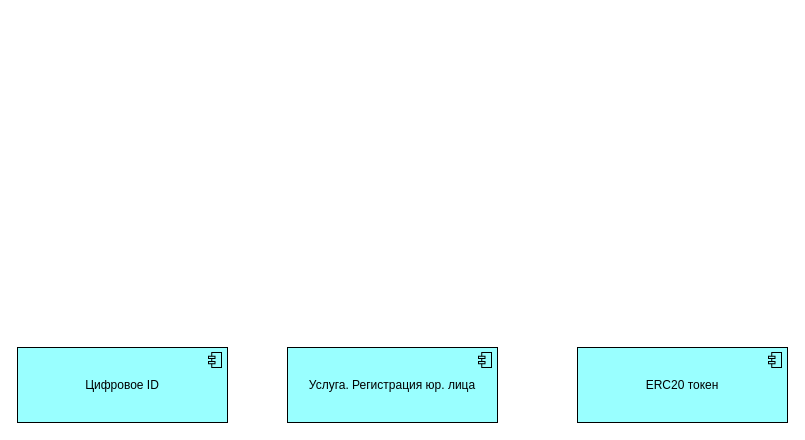
This is iNomad.drawio from careock/diagrams, a draw.io file, before an edit. Source tidied: cells renumbered, new cells numbered last; positions are measured from the earlier drawing's top-left corner, leaving out a move shared by most shapes. Both pictures are drawn from the tidied source at 100%, with x=0, y=0 at pixel (17, 347).
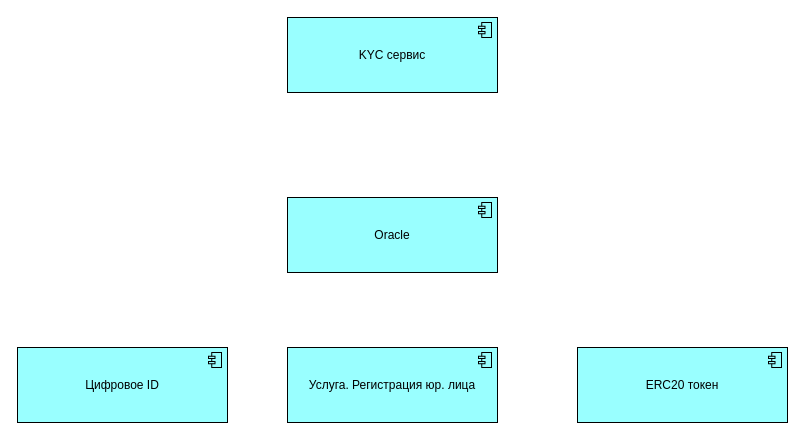
The same diagram, later.

What changed in the source:
```diff
@@
 <mxGraphModel>
   <root>
     <mxCell id="0" />
     <mxCell id="1" parent="0" />
     <mxCell id="2" value="Цифровое ID" style="html=1;whiteSpace=wrap;fillColor=#99ffff;shape=mxgraph.archimate3.application;appType=comp;archiType=square;" parent="1" vertex="1">
       <mxGeometry width="210" height="75" as="geometry" />
     </mxCell>
     <mxCell id="3" value="Услуга. Регистрация юр. лица" style="html=1;whiteSpace=wrap;fillColor=#99ffff;shape=mxgraph.archimate3.application;appType=comp;archiType=square;" parent="1" vertex="1">
       <mxGeometry x="270" width="210" height="75" as="geometry" />
     </mxCell>
     <mxCell id="4" value="ERC20 токен" style="html=1;whiteSpace=wrap;fillColor=#99ffff;shape=mxgraph.archimate3.application;appType=comp;archiType=square;" parent="1" vertex="1">
       <mxGeometry x="560" width="210" height="75" as="geometry" />
     </mxCell>
+    <mxCell id="5" value="Oracle" style="html=1;whiteSpace=wrap;fillColor=#99ffff;shape=mxgraph.archimate3.application;appType=comp;archiType=square;" parent="1" vertex="1">
+      <mxGeometry x="270" y="-150" width="210" height="75" as="geometry" />
+    </mxCell>
+    <mxCell id="6" value="KYC сервис" style="html=1;whiteSpace=wrap;fillColor=#99ffff;shape=mxgraph.archimate3.application;appType=comp;archiType=square;" parent="1" vertex="1">
+      <mxGeometry x="270" y="-330" width="210" height="75" as="geometry" />
+    </mxCell>
   </root>
 </mxGraphModel>
```
